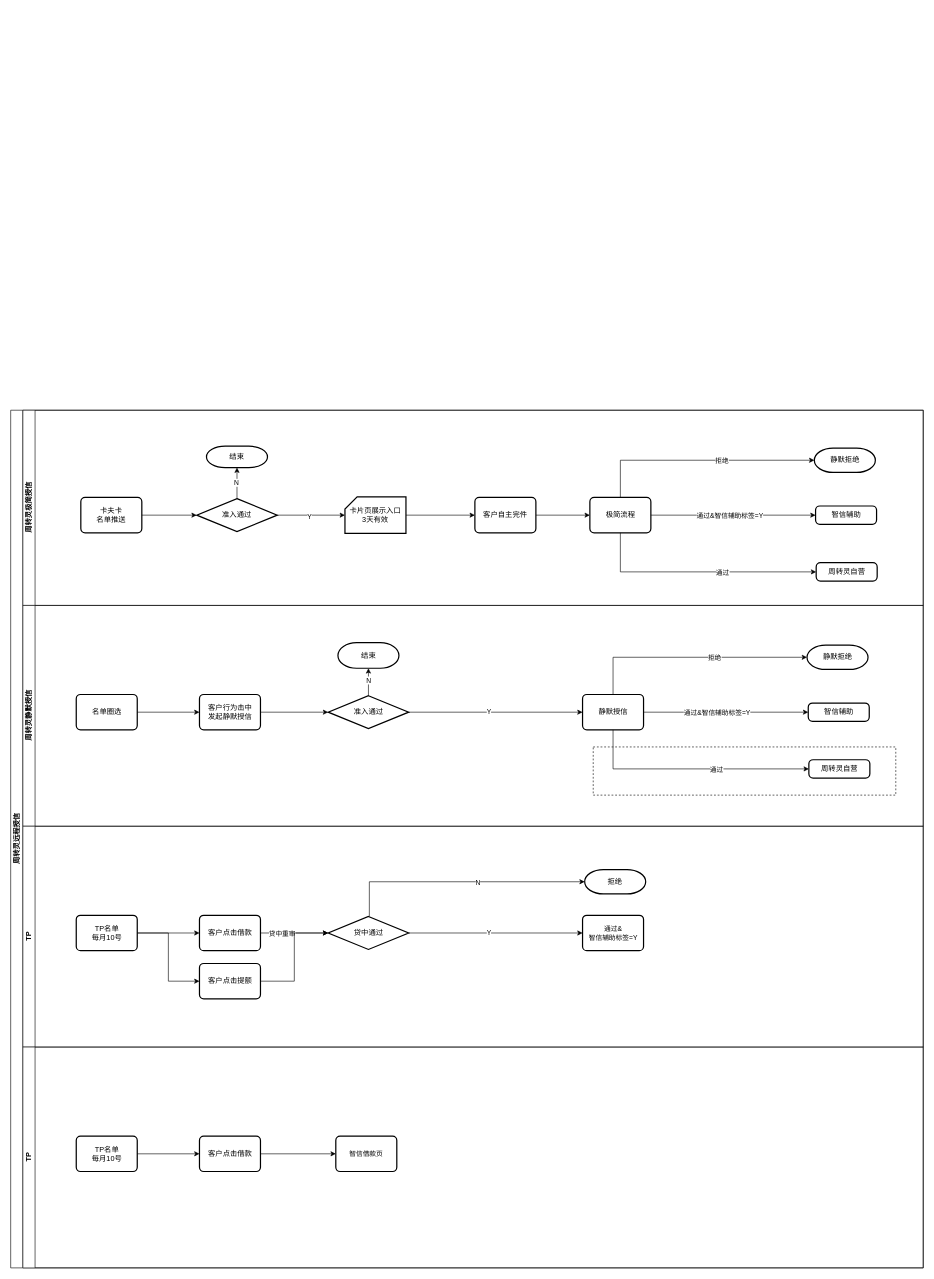
This is 周转灵静默授信.drawio from shock1024/shock_database, a draw.io file, before an edit. Source tidied: cells renumbered, new cells numbered last; positions are measured from the earlier drawing's top-left corner, leaving out a move shared by most shapes. Both pictures are drawn from the tidied source at 61%, with x=0, y=0 at pixel (10, 410).
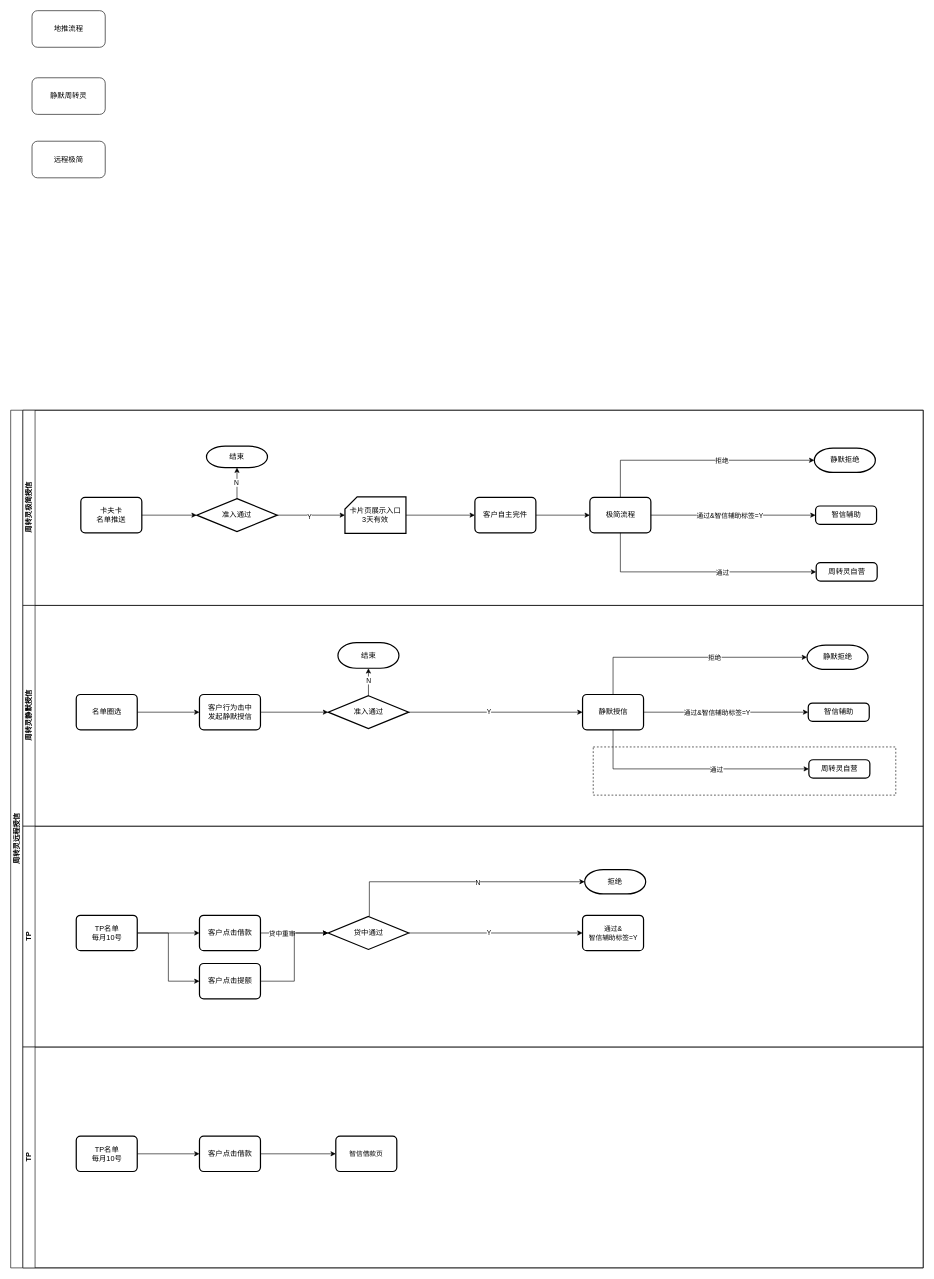
The same diagram, later.

Commit message:
更新周转灵静默授信.drawio

What changed in the source:
```diff
@@
+    <mxCell id="70" value="地推流程" style="rounded=1;whiteSpace=wrap;html=1;" parent="1" vertex="1">
+      <mxGeometry x="35" y="-655" width="120" height="60" as="geometry" />
+    </mxCell>
+    <mxCell id="71" value="静默周转灵" style="rounded=1;whiteSpace=wrap;html=1;" parent="1" vertex="1">
+      <mxGeometry x="35" y="-545" width="120" height="60" as="geometry" />
+    </mxCell>
+    <mxCell id="72" value="远程极简" style="rounded=1;whiteSpace=wrap;html=1;" parent="1" vertex="1">
+      <mxGeometry x="35" y="-441" width="120" height="60" as="geometry" />
+    </mxCell>
```
